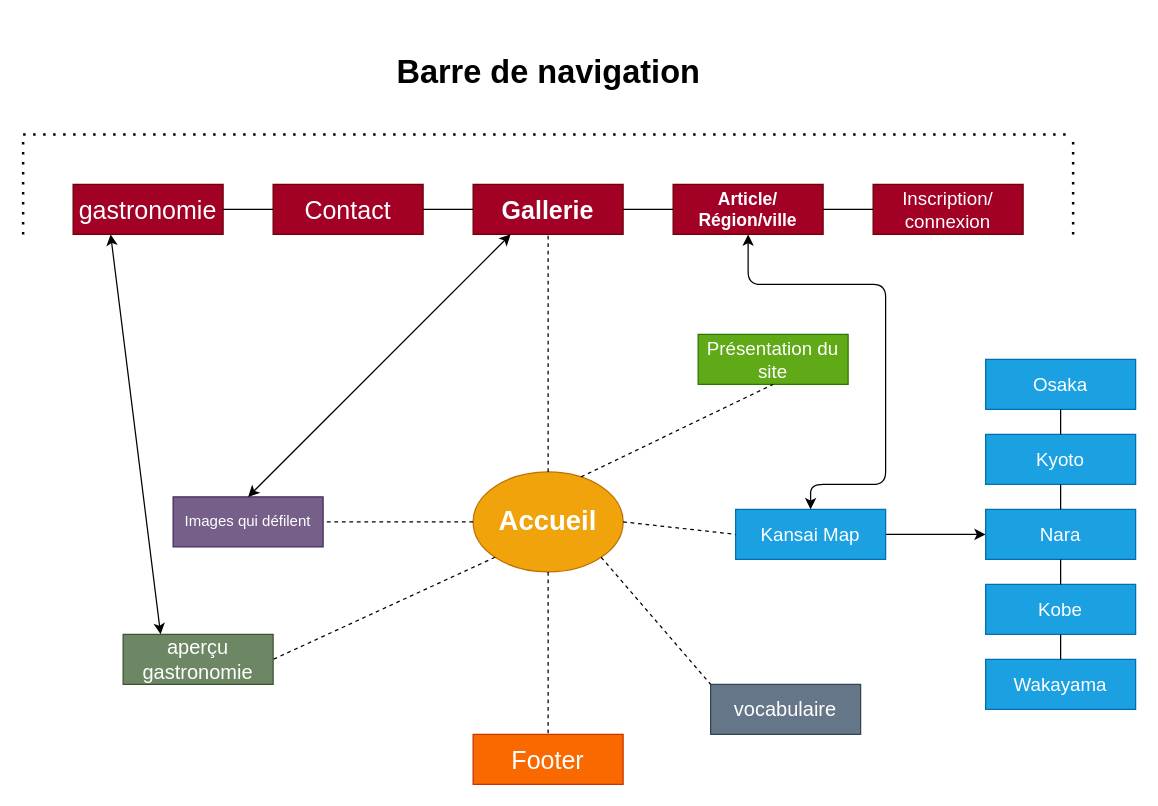
This is arborescense.drawio from Celine-Chan/KansaiNoBouken, a draw.io file, before an edit. Source tidied: cells renumbered, new cells numbered last; positions are measured from the earlier drawing's top-left corner, leaving out a move shared by most shapes. Both pictures are drawn from the tidied source at 125%, with x=0, y=0 at pixel (22, 34).
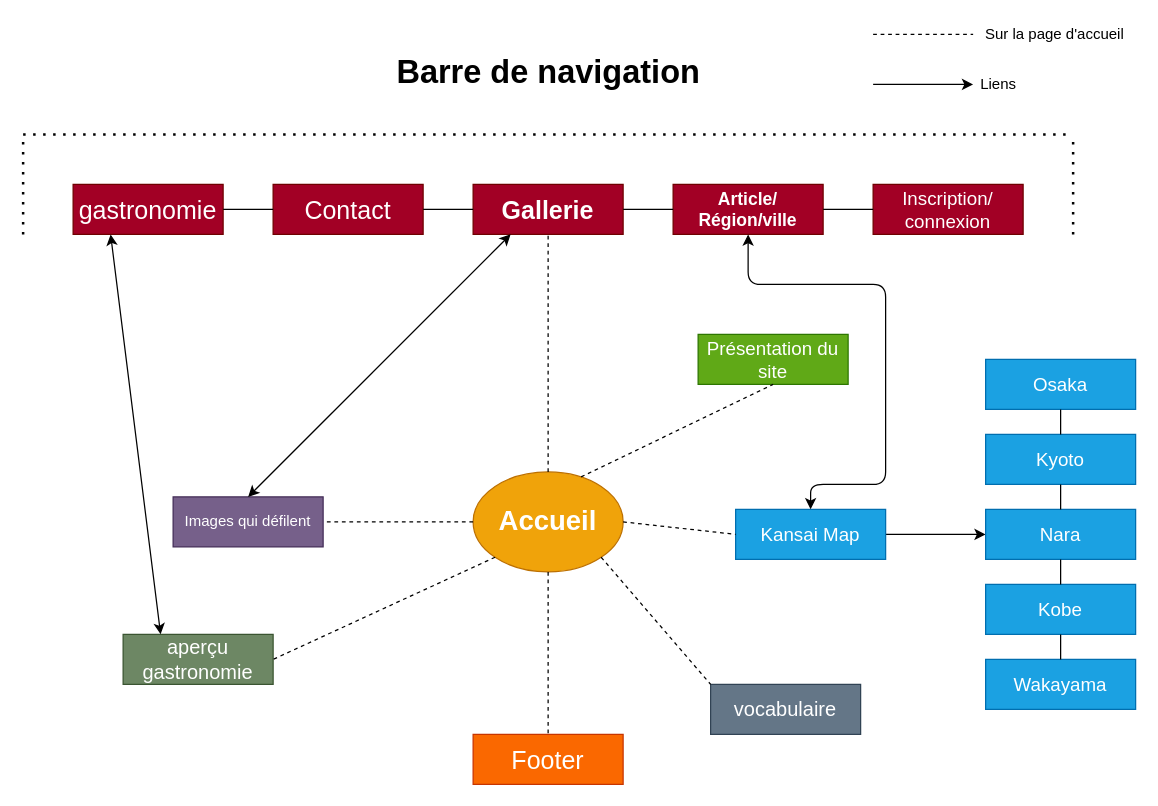
After the change.

What changed in the source:
```diff
@@
+    <mxCell id="42" style="endArrow=none;dashed=1;html=1;" parent="1" edge="1">
+      <mxGeometry relative="1" as="geometry">
+        <mxPoint x="680" as="sourcePoint" />
+        <mxPoint x="760" as="targetPoint" />
+      </mxGeometry>
+    </mxCell>
+    <mxCell id="43" style="endArrow=classic;html=1;" parent="1" edge="1">
+      <mxGeometry relative="1" as="geometry">
+        <mxPoint x="680" y="40" as="sourcePoint" />
+        <mxPoint x="760" y="40" as="targetPoint" />
+      </mxGeometry>
+    </mxCell>
+    <mxCell id="44" value="Sur la page d'accueil" style="text;html=1;align=center;verticalAlign=middle;" parent="1" vertex="1">
+      <mxGeometry x="760" y="-10" width="130" height="20" as="geometry" />
+    </mxCell>
+    <mxCell id="45" value="Liens" style="text;html=1;align=center;verticalAlign=middle;" parent="1" vertex="1">
+      <mxGeometry x="760" y="30" width="40" height="20" as="geometry" />
+    </mxCell>
```
